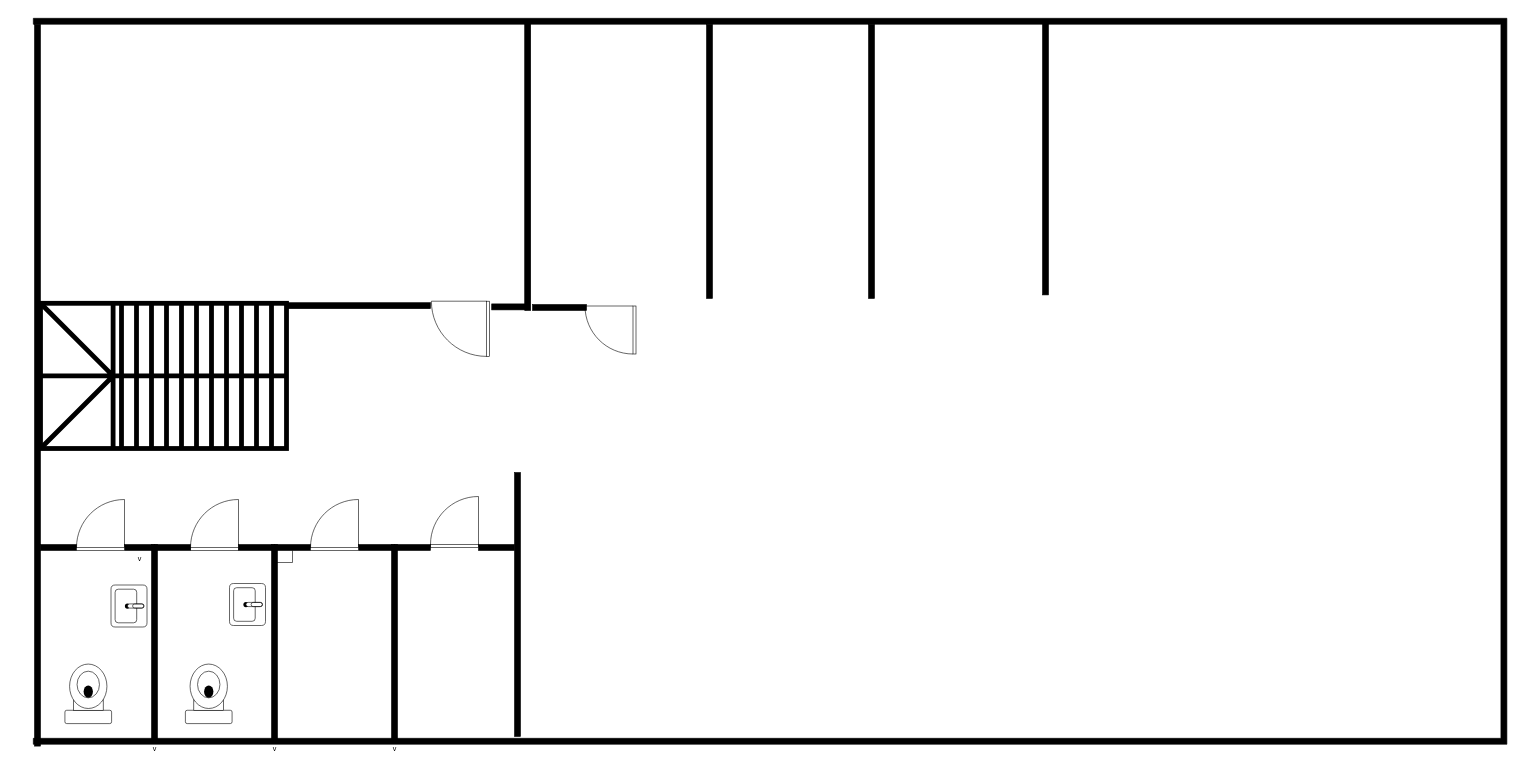
Earlier version of the draw.io diagram Диаграмма без названия.drawio (r200256/City_Lan). Source tidied: cells renumbered, new cells numbered last; positions are measured from the earlier drawing's top-left corner, leaving out a move shared by most shapes. Both pictures are drawn from the tidied source at 60%, with x=0, y=0 at pixel (10, -356).
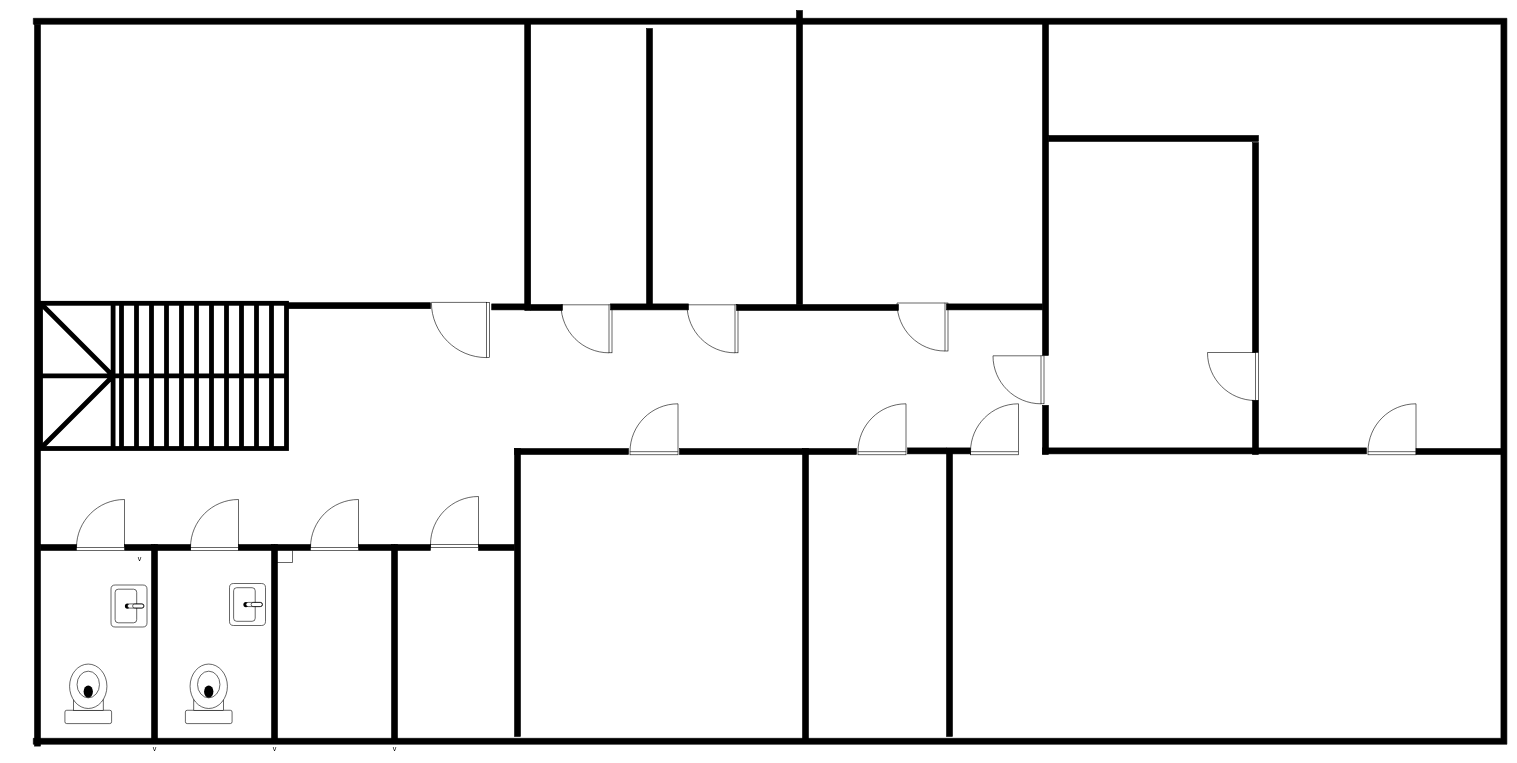
The same page after the edit.

Change to the diagram source:
```diff
@@
     <mxCell id="4" style="verticalLabelPosition=bottom;html=1;verticalAlign=top;align=center;strokeWidth=1;shape=mxgraph.floorplan.wall;fillColor=#000000;rounded=0;shadow=0;comic=0;fontFamily=Verdana;fontSize=12;" parent="1" vertex="1">
-      <mxGeometry x="870" y="1100" width="90" height="10" as="geometry" />
+      <mxGeometry x="867" y="1100" width="53" height="10" as="geometry" />
     </mxCell>
     <mxCell id="5" style="verticalLabelPosition=bottom;html=1;verticalAlign=top;align=center;strokeWidth=1;shape=mxgraph.floorplan.doorLeft;rounded=0;shadow=0;comic=0;fontFamily=Verdana;fontSize=12;rotation=90;flipV=1;flipH=1;direction=west;" parent="1" vertex="1">
-      <mxGeometry x="960" y="1100" width="80" height="85" as="geometry" />
+      <mxGeometry x="920" y="1098" width="80" height="85" as="geometry" />
     </mxCell>
     <mxCell id="6" style="verticalLabelPosition=bottom;html=1;verticalAlign=top;align=center;strokeWidth=1;shape=mxgraph.floorplan.wall;fillColor=#000000;direction=south;rounded=0;shadow=0;comic=0;fontFamily=Verdana;fontSize=12;" parent="1" vertex="1">
-      <mxGeometry x="1160" y="633" width="10" height="457" as="geometry" />
+      <mxGeometry x="1060" y="640" width="10" height="467" as="geometry" />
     </mxCell>
@@
     <mxCell id="10" style="verticalLabelPosition=bottom;html=1;verticalAlign=top;align=center;strokeWidth=1;shape=mxgraph.floorplan.doorLeft;rounded=0;shadow=0;comic=0;fillColor=#FFFFFF;fontFamily=Verdana;fontSize=12;rotation=90;" parent="1" vertex="1">
-      <mxGeometry x="710" y="1098" width="92" height="85" as="geometry" />
+      <mxGeometry x="710" y="1100" width="92" height="85" as="geometry" />
     </mxCell>
@@
     <mxCell id="14" style="verticalLabelPosition=bottom;html=1;verticalAlign=top;align=center;shape=mxgraph.floorplan.wall;fillColor=strokeColor;direction=south;" parent="1" vertex="1">
-      <mxGeometry x="840" y="1380" width="10" height="440" as="geometry" />
+      <mxGeometry x="840" y="1340" width="10" height="480" as="geometry" />
     </mxCell>
@@
     <mxCell id="33" style="verticalLabelPosition=bottom;html=1;verticalAlign=top;align=center;strokeWidth=1;shape=mxgraph.floorplan.wall;fillColor=#000000;direction=south;rounded=0;shadow=0;comic=0;fontFamily=Verdana;fontSize=12;" parent="1" vertex="1">
-      <mxGeometry x="1430" y="633" width="10" height="457" as="geometry" />
+      <mxGeometry x="1310" y="610" width="10" height="490" as="geometry" />
     </mxCell>
     <mxCell id="34" style="verticalLabelPosition=bottom;html=1;verticalAlign=top;align=center;strokeWidth=1;shape=mxgraph.floorplan.wall;fillColor=#000000;direction=south;rounded=0;shadow=0;comic=0;fontFamily=Verdana;fontSize=12;" parent="1" vertex="1">
-      <mxGeometry x="1720" y="627" width="10" height="457" as="geometry" />
+      <mxGeometry x="1720" y="632" width="10" height="553" as="geometry" />
     </mxCell>
+    <mxCell id="35" style="verticalLabelPosition=bottom;html=1;verticalAlign=top;align=center;strokeWidth=1;shape=mxgraph.floorplan.wall;fillColor=#000000;direction=south;rounded=0;shadow=0;comic=0;fontFamily=Verdana;fontSize=12;" parent="1" vertex="1">
+      <mxGeometry x="2070" y="830" width="10" height="350" as="geometry" />
+    </mxCell>
+    <mxCell id="36" style="verticalLabelPosition=bottom;html=1;verticalAlign=top;align=center;strokeWidth=1;shape=mxgraph.floorplan.doorLeft;rounded=0;shadow=0;comic=0;fontFamily=Verdana;fontSize=12;rotation=90;flipV=1;flipH=1;direction=west;" parent="1" vertex="1">
+      <mxGeometry x="1640" y="1183" width="80" height="85" as="geometry" />
+    </mxCell>
+    <mxCell id="37" style="verticalLabelPosition=bottom;html=1;verticalAlign=top;align=center;strokeWidth=1;shape=mxgraph.floorplan.wall;fillColor=#000000;direction=south;rounded=0;shadow=0;comic=0;fontFamily=Verdana;fontSize=12;" parent="1" vertex="1">
+      <mxGeometry x="1560" y="1340" width="10" height="480" as="geometry" />
+    </mxCell>
+    <mxCell id="38" style="verticalLabelPosition=bottom;html=1;verticalAlign=top;align=center;strokeWidth=1;shape=mxgraph.floorplan.wall;fillColor=#000000;direction=south;rounded=0;shadow=0;comic=0;fontFamily=Verdana;fontSize=12;" parent="1" vertex="1">
+      <mxGeometry x="1070" y="1340" width="510" height="490" as="geometry" />
+    </mxCell>
+    <mxCell id="39" style="verticalLabelPosition=bottom;html=1;verticalAlign=top;align=center;strokeWidth=1;shape=mxgraph.floorplan.doorLeft;rounded=0;shadow=0;comic=0;fontFamily=Verdana;fontSize=12;rotation=90;flipV=1;flipH=1;direction=north;" parent="1" vertex="1">
+      <mxGeometry x="1410" y="1268" width="85" height="80" as="geometry" />
+    </mxCell>
+    <mxCell id="40" style="verticalLabelPosition=bottom;html=1;verticalAlign=top;align=center;strokeWidth=1;shape=mxgraph.floorplan.doorLeft;rounded=0;shadow=0;comic=0;fontFamily=Verdana;fontSize=12;rotation=90;flipV=1;flipH=1;direction=north;" parent="1" vertex="1">
+      <mxGeometry x="1030" y="1268" width="85" height="80" as="geometry" />
+    </mxCell>
+    <mxCell id="41" style="verticalLabelPosition=bottom;html=1;verticalAlign=top;align=center;strokeWidth=1;shape=mxgraph.floorplan.wall;fillColor=#000000;direction=west;rounded=0;shadow=0;comic=0;fontFamily=Verdana;fontSize=12;" parent="1" vertex="1">
+      <mxGeometry x="840" y="1340" width="190" height="10" as="geometry" />
+    </mxCell>
+    <mxCell id="42" style="verticalLabelPosition=bottom;html=1;verticalAlign=top;align=center;strokeWidth=1;shape=mxgraph.floorplan.wall;fillColor=#000000;direction=west;rounded=0;shadow=0;comic=0;fontFamily=Verdana;fontSize=12;" parent="1" vertex="1">
+      <mxGeometry x="1115" y="1340" width="205" height="10" as="geometry" />
+    </mxCell>
+    <mxCell id="43" style="verticalLabelPosition=bottom;html=1;verticalAlign=top;align=center;strokeWidth=1;shape=mxgraph.floorplan.wall;fillColor=#000000;direction=west;rounded=0;shadow=0;comic=0;fontFamily=Verdana;fontSize=12;" parent="1" vertex="1">
+      <mxGeometry x="1320" y="1340" width="90" height="10" as="geometry" />
+    </mxCell>
+    <mxCell id="44" style="verticalLabelPosition=bottom;html=1;verticalAlign=top;align=center;strokeWidth=1;shape=mxgraph.floorplan.wall;fillColor=#000000;direction=west;rounded=0;shadow=0;comic=0;fontFamily=Verdana;fontSize=12;" parent="1" vertex="1">
+      <mxGeometry x="1495" y="1339" width="65" height="10" as="geometry" />
+    </mxCell>
+    <mxCell id="45" style="verticalLabelPosition=bottom;html=1;verticalAlign=top;align=center;strokeWidth=1;shape=mxgraph.floorplan.wall;fillColor=#000000;rounded=0;shadow=0;comic=0;fontFamily=Verdana;fontSize=12;" parent="1" vertex="1">
+      <mxGeometry x="1000" y="1099" width="130" height="10" as="geometry" />
+    </mxCell>
+    <mxCell id="46" style="verticalLabelPosition=bottom;html=1;verticalAlign=top;align=center;strokeWidth=1;shape=mxgraph.floorplan.doorLeft;rounded=0;shadow=0;comic=0;fontFamily=Verdana;fontSize=12;rotation=90;flipV=1;flipH=1;direction=west;" parent="1" vertex="1">
+      <mxGeometry x="1130" y="1098" width="80" height="85" as="geometry" />
+    </mxCell>
+    <mxCell id="47" style="verticalLabelPosition=bottom;html=1;verticalAlign=top;align=center;strokeWidth=1;shape=mxgraph.floorplan.wall;fillColor=#000000;rounded=0;shadow=0;comic=0;fontFamily=Verdana;fontSize=12;" parent="1" vertex="1">
+      <mxGeometry x="1210" y="1100" width="270" height="10" as="geometry" />
+    </mxCell>
+    <mxCell id="48" style="verticalLabelPosition=bottom;html=1;verticalAlign=top;align=center;strokeWidth=1;shape=mxgraph.floorplan.doorLeft;rounded=0;shadow=0;comic=0;fontFamily=Verdana;fontSize=12;rotation=90;flipV=1;flipH=1;direction=west;" parent="1" vertex="1">
+      <mxGeometry x="1480" y="1095" width="80" height="85" as="geometry" />
+    </mxCell>
+    <mxCell id="49" style="verticalLabelPosition=bottom;html=1;verticalAlign=top;align=center;strokeWidth=1;shape=mxgraph.floorplan.wall;fillColor=#000000;rounded=0;shadow=0;comic=0;fontFamily=Verdana;fontSize=12;" parent="1" vertex="1">
+      <mxGeometry x="1560" y="1099" width="160" height="10" as="geometry" />
+    </mxCell>
+    <mxCell id="50" style="verticalLabelPosition=bottom;html=1;verticalAlign=top;align=center;strokeWidth=1;shape=mxgraph.floorplan.wall;fillColor=#000000;direction=west;rounded=0;shadow=0;comic=0;fontFamily=Verdana;fontSize=12;" parent="1" vertex="1">
+      <mxGeometry x="1720" y="1339" width="540" height="10" as="geometry" />
+    </mxCell>
+    <mxCell id="51" style="verticalLabelPosition=bottom;html=1;verticalAlign=top;align=center;strokeWidth=1;shape=mxgraph.floorplan.doorLeft;rounded=0;shadow=0;comic=0;fontFamily=Verdana;fontSize=12;rotation=90;flipV=1;flipH=1;direction=north;" parent="1" vertex="1">
+      <mxGeometry x="1597.5" y="1268" width="85" height="80" as="geometry" />
+    </mxCell>
+    <mxCell id="52" style="verticalLabelPosition=bottom;html=1;verticalAlign=top;align=center;strokeWidth=1;shape=mxgraph.floorplan.wall;fillColor=#000000;direction=west;rounded=0;shadow=0;comic=0;fontFamily=Verdana;fontSize=12;" parent="1" vertex="1">
+      <mxGeometry x="1730" y="820" width="350" height="6.5" as="geometry" />
+    </mxCell>
+    <mxCell id="53" style="verticalLabelPosition=bottom;html=1;verticalAlign=top;align=center;strokeWidth=1;shape=mxgraph.floorplan.wall;fillColor=#000000;direction=west;rounded=0;shadow=0;comic=0;fontFamily=Verdana;fontSize=12;" parent="1" vertex="1">
+      <mxGeometry x="1560" y="1338" width="40" height="12" as="geometry" />
+    </mxCell>
+    <mxCell id="54" style="verticalLabelPosition=bottom;html=1;verticalAlign=top;align=center;strokeWidth=1;shape=mxgraph.floorplan.wall;fillColor=#000000;direction=south;rounded=0;shadow=0;comic=0;fontFamily=Verdana;fontSize=12;" parent="1" vertex="1">
+      <mxGeometry x="1720" y="1268" width="10" height="82" as="geometry" />
+    </mxCell>
+    <mxCell id="55" style="verticalLabelPosition=bottom;html=1;verticalAlign=top;align=center;strokeWidth=1;shape=mxgraph.floorplan.doorLeft;rounded=0;shadow=0;comic=0;fontFamily=Verdana;fontSize=12;rotation=90;flipV=1;flipH=1;direction=west;" parent="1" vertex="1">
+      <mxGeometry x="1997.5" y="1177.5" width="80" height="85" as="geometry" />
+    </mxCell>
+    <mxCell id="56" style="verticalLabelPosition=bottom;html=1;verticalAlign=top;align=center;strokeWidth=1;shape=mxgraph.floorplan.wall;fillColor=#000000;direction=south;rounded=0;shadow=0;comic=0;fontFamily=Verdana;fontSize=12;" parent="1" vertex="1">
+      <mxGeometry x="2070" y="1260" width="10" height="90" as="geometry" />
+    </mxCell>
+    <mxCell id="57" style="verticalLabelPosition=bottom;html=1;verticalAlign=top;align=center;strokeWidth=1;shape=mxgraph.floorplan.doorLeft;rounded=0;shadow=0;comic=0;fontFamily=Verdana;fontSize=12;rotation=90;flipV=1;flipH=1;direction=north;" parent="1" vertex="1">
+      <mxGeometry x="2260" y="1268" width="85" height="80" as="geometry" />
+    </mxCell>
+    <mxCell id="58" style="verticalLabelPosition=bottom;html=1;verticalAlign=top;align=center;strokeWidth=1;shape=mxgraph.floorplan.wall;fillColor=#000000;direction=west;rounded=0;shadow=0;comic=0;fontFamily=Verdana;fontSize=12;" parent="1" vertex="1">
+      <mxGeometry x="2342.5" y="1340" width="147.5" height="10" as="geometry" />
+    </mxCell>
```
